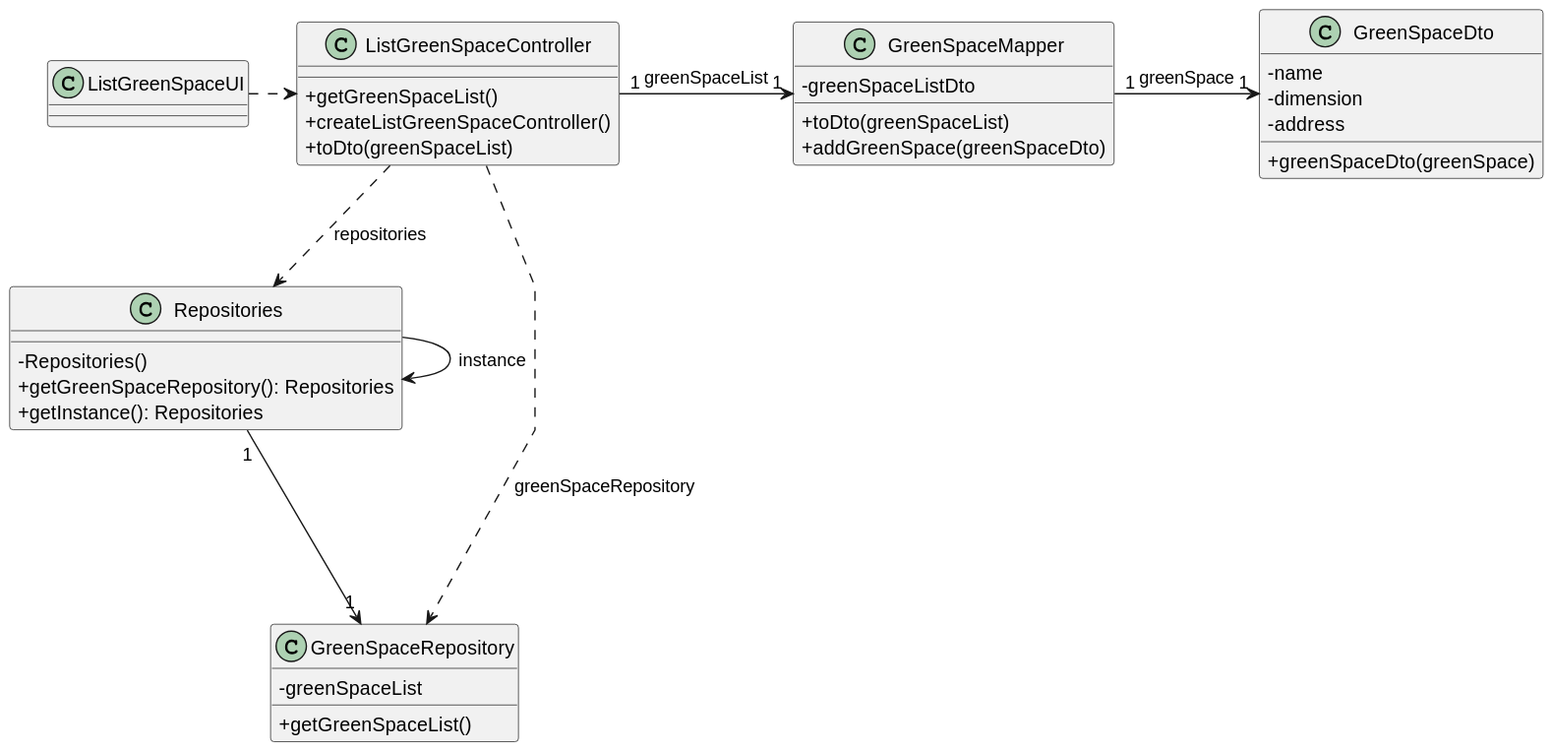
This is docs/sprintC/us027/03.design/svg/us027-class-diagram.svg from diogoveirospro/lei-24-s2-1dg-g072, a PlantUML export, as it was before one commit.
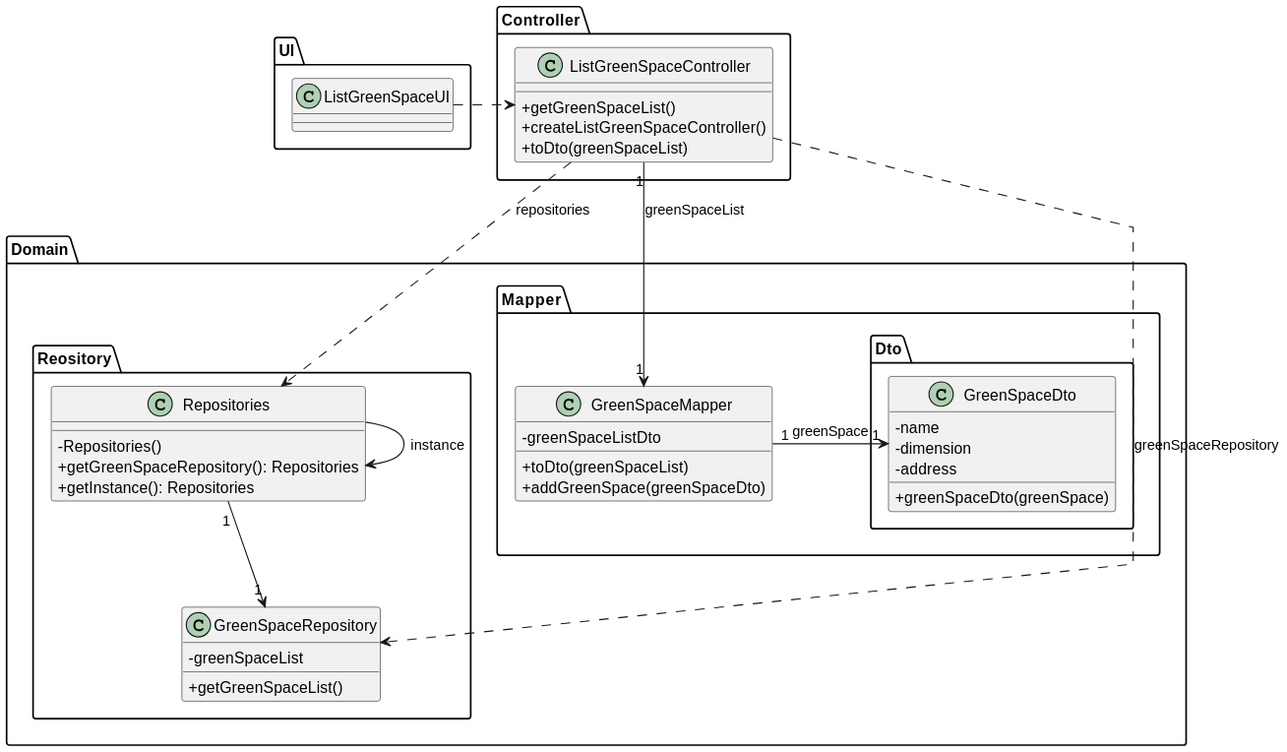
After the commit.

The edit, as a diff of the source:
```diff
@@ -1,30 +1,40 @@
 @startuml
-skinparam packageStyle rectangle
+skinparam packageStyle Folder
 skinparam shadowing false
 skinparam linetype polyline
 
 skinparam classAttributeIconSize 0
 
 
+package UI{
 class ListGreenSpaceUI{
 
 }
+}
+package Controller{
+class ListGreenSpaceController{
+    + getGreenSpaceList()
+    + createListGreenSpaceController()
+    + toDto(greenSpaceList)
+}
+}
+package Domain{
+package Mapper{
 class GreenSpaceMapper{
     - greenSpaceListDto
     + toDto(greenSpaceList)
     + addGreenSpace(greenSpaceDto)
 }
+package Dto{
 class GreenSpaceDto{
     - name
     - dimension
     - address
     + greenSpaceDto(greenSpace)
 }
-class ListGreenSpaceController{
-    + getGreenSpaceList()
-    + createListGreenSpaceController()
-    + toDto(greenSpaceList)
 }
+}
+package Domain.Reository{
 class GreenSpaceRepository{
     - greenSpaceList
     + getGreenSpaceList()
@@ -36,12 +46,13 @@
  + getGreenSpaceRepository(): Repositories
  + getInstance(): Repositories
 }
-
+}
+}
 ListGreenSpaceUI .> ListGreenSpaceController
 ListGreenSpaceController ..> Repositories : repositories
 Repositories -> Repositories : instance
-ListGreenSpaceController .> GreenSpaceRepository: greenSpaceRepository
-Repositories "1" ---> "1" GreenSpaceRepository
+ListGreenSpaceController ..> GreenSpaceRepository: greenSpaceRepository
+Repositories "1" --> "1" GreenSpaceRepository
 ListGreenSpaceController "1" -> "1" GreenSpaceMapper: greenSpaceList
 GreenSpaceMapper "1" -> "1" GreenSpaceDto: greenSpace
 @enduml
```
